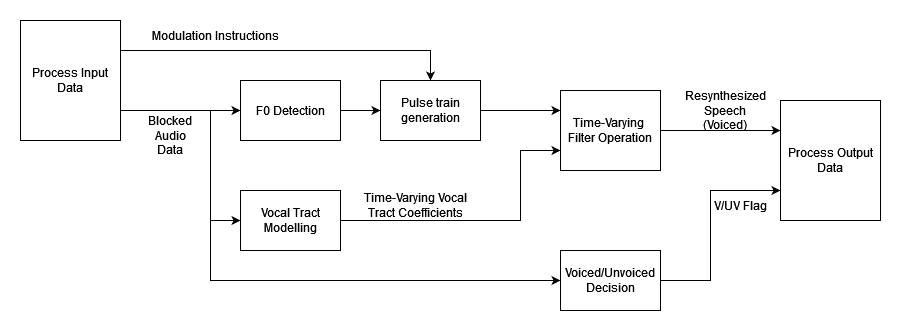
smissner/VoicePitchModulation keeps this draw.io diagram as BlockDiagram.png. Above is the earlier version. Source tidied: cells renumbered, new cells last; positions are measured from the earlier drawing's top-left corner, leaving out a move shared by most shapes. Its diagram source:
```xml
<mxGraphModel>
  <root>
    <mxCell id="0" />
    <mxCell id="1" parent="0" />
    <mxCell id="2" style="edgeStyle=orthogonalEdgeStyle;rounded=0;jettySize=auto;html=1;exitX=1;exitY=0.75;exitDx=0;exitDy=0;" parent="1" edge="1" source="3" target="5">
      <mxGeometry relative="1" as="geometry" />
    </mxCell>
    <mxCell id="3" value="Process Input Data" style="rounded=0;whiteSpace=wrap;html=1;" parent="1" vertex="1">
      <mxGeometry width="100" height="120" as="geometry" />
    </mxCell>
    <mxCell id="4" style="edgeStyle=orthogonalEdgeStyle;rounded=0;jettySize=auto;html=1;" parent="1" edge="1" source="5" target="8">
      <mxGeometry relative="1" as="geometry" />
    </mxCell>
    <mxCell id="5" value="&lt;div&gt;F0 Detection&lt;/div&gt;" style="rounded=0;whiteSpace=wrap;html=1;" parent="1" vertex="1">
      <mxGeometry x="220" y="60" width="100" height="60" as="geometry" />
    </mxCell>
    <mxCell id="6" value="Voiced/Unvoiced Decision" style="rounded=0;whiteSpace=wrap;html=1;" parent="1" vertex="1">
      <mxGeometry x="540" y="230" width="100" height="60" as="geometry" />
    </mxCell>
    <mxCell id="7" style="endArrow=classic;html=1;rounded=0;exitX=1;exitY=0.75;exitDx=0;exitDy=0;entryX=0;entryY=0.5;entryDx=0;entryDy=0;" parent="1" edge="1" source="3" target="6">
      <mxGeometry relative="1" as="geometry">
        <Array as="points">
          <mxPoint x="190" y="90" />
          <mxPoint x="190" y="260" />
        </Array>
      </mxGeometry>
    </mxCell>
    <mxCell id="8" value="Pulse train generation" style="rounded=0;whiteSpace=wrap;html=1;" parent="1" vertex="1">
      <mxGeometry x="360" y="60" width="100" height="60" as="geometry" />
    </mxCell>
    <mxCell id="9" value="Vocal Tract Modelling" style="rounded=0;whiteSpace=wrap;html=1;" parent="1" vertex="1">
      <mxGeometry x="220" y="170" width="100" height="60" as="geometry" />
    </mxCell>
    <mxCell id="10" value="&lt;div&gt;Time-Varying&amp;nbsp;&lt;/div&gt;&lt;div&gt;Filter Operation&lt;/div&gt;" style="rounded=0;whiteSpace=wrap;html=1;" parent="1" vertex="1">
      <mxGeometry x="540" y="70" width="100" height="80" as="geometry" />
    </mxCell>
    <mxCell id="11" value="Blocked Audio Data" style="text;html=1;align=center;verticalAlign=middle;whiteSpace=wrap;rounded=0;" parent="1" vertex="1">
      <mxGeometry x="120" y="100" width="60" height="30" as="geometry" />
    </mxCell>
    <mxCell id="12" style="endArrow=classic;html=1;rounded=0;exitX=1;exitY=0.5;exitDx=0;exitDy=0;entryX=0;entryY=0.25;entryDx=0;entryDy=0;" parent="1" edge="1" source="8" target="10">
      <mxGeometry relative="1" as="geometry">
        <Array as="points">
          <mxPoint x="500" y="90" />
        </Array>
      </mxGeometry>
    </mxCell>
    <mxCell id="13" style="endArrow=classic;html=1;rounded=0;exitX=1;exitY=0.5;exitDx=0;exitDy=0;entryX=0;entryY=0.75;entryDx=0;entryDy=0;" parent="1" edge="1" source="9" target="10">
      <mxGeometry relative="1" as="geometry">
        <Array as="points">
          <mxPoint x="500" y="200" />
          <mxPoint x="500" y="130" />
        </Array>
      </mxGeometry>
    </mxCell>
    <mxCell id="14" style="endArrow=classic;html=1;rounded=0;exitX=1;exitY=0.25;exitDx=0;exitDy=0;entryX=0.5;entryY=0;entryDx=0;entryDy=0;" parent="1" edge="1" source="3" target="8">
      <mxGeometry relative="1" as="geometry">
        <Array as="points">
          <mxPoint x="410" y="30" />
        </Array>
      </mxGeometry>
    </mxCell>
    <mxCell id="15" value="Modulation Instructions" style="text;html=1;align=center;verticalAlign=middle;whiteSpace=wrap;rounded=0;" parent="1" vertex="1">
      <mxGeometry x="130" width="130" height="30" as="geometry" />
    </mxCell>
    <mxCell id="16" style="endArrow=classic;html=1;rounded=0;exitX=1;exitY=0.75;exitDx=0;exitDy=0;entryX=0;entryY=0.5;entryDx=0;entryDy=0;" parent="1" edge="1" source="3" target="9">
      <mxGeometry relative="1" as="geometry">
        <Array as="points">
          <mxPoint x="190" y="90" />
          <mxPoint x="190" y="200" />
        </Array>
      </mxGeometry>
    </mxCell>
    <mxCell id="17" value="Process Output Data" style="rounded=0;whiteSpace=wrap;html=1;" parent="1" vertex="1">
      <mxGeometry x="760" y="80" width="100" height="120" as="geometry" />
    </mxCell>
    <mxCell id="18" style="endArrow=classic;html=1;rounded=0;exitX=1;exitY=0.5;exitDx=0;exitDy=0;entryX=0;entryY=0.75;entryDx=0;entryDy=0;" parent="1" edge="1" source="6" target="17">
      <mxGeometry relative="1" as="geometry">
        <Array as="points">
          <mxPoint x="690" y="260" />
          <mxPoint x="690" y="170" />
        </Array>
      </mxGeometry>
    </mxCell>
    <mxCell id="19" style="endArrow=classic;html=1;rounded=0;entryX=0;entryY=0.25;entryDx=0;entryDy=0;exitX=1;exitY=0.5;exitDx=0;exitDy=0;" parent="1" edge="1" source="10" target="17">
      <mxGeometry relative="1" as="geometry">
        <Array as="points">
          <mxPoint x="680" y="110" />
        </Array>
      </mxGeometry>
    </mxCell>
    <mxCell id="20" value="&lt;div&gt;Resynthesized&lt;/div&gt;&lt;div&gt;Speech (Voiced)&lt;br&gt;&lt;/div&gt;" style="text;html=1;align=center;verticalAlign=middle;whiteSpace=wrap;rounded=0;" parent="1" vertex="1">
      <mxGeometry x="660" y="70" width="90" height="40" as="geometry" />
    </mxCell>
    <mxCell id="21" value="V/UV Flag" style="text;html=1;align=center;verticalAlign=middle;whiteSpace=wrap;rounded=0;" parent="1" vertex="1">
      <mxGeometry x="690" y="170" width="60" height="30" as="geometry" />
    </mxCell>
    <mxCell id="22" value="Time-Varying Vocal Tract Coefficients" style="text;html=1;align=center;verticalAlign=middle;whiteSpace=wrap;rounded=0;" parent="1" vertex="1">
      <mxGeometry x="340" y="170" width="110" height="30" as="geometry" />
    </mxCell>
  </root>
</mxGraphModel>
```
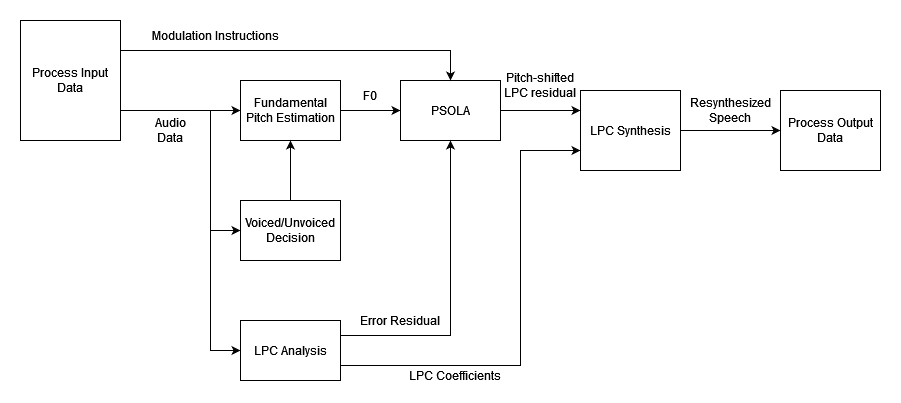
Above is the later version.

Commit message:
Updating block diagram

Change to the diagram source:
```diff
@@ -11,31 +11,31 @@
     <mxCell id="4" style="edgeStyle=orthogonalEdgeStyle;rounded=0;jettySize=auto;html=1;" parent="1" edge="1" source="5" target="8">
       <mxGeometry relative="1" as="geometry" />
     </mxCell>
-    <mxCell id="5" value="&lt;div&gt;F0 Detection&lt;/div&gt;" style="rounded=0;whiteSpace=wrap;html=1;" parent="1" vertex="1">
+    <mxCell id="5" value="Fundamental Pitch Estimation" style="rounded=0;whiteSpace=wrap;html=1;" parent="1" vertex="1">
       <mxGeometry x="220" y="60" width="100" height="60" as="geometry" />
     </mxCell>
     <mxCell id="6" value="Voiced/Unvoiced Decision" style="rounded=0;whiteSpace=wrap;html=1;" parent="1" vertex="1">
-      <mxGeometry x="540" y="230" width="100" height="60" as="geometry" />
+      <mxGeometry x="220" y="180" width="100" height="60" as="geometry" />
     </mxCell>
     <mxCell id="7" style="endArrow=classic;html=1;rounded=0;exitX=1;exitY=0.75;exitDx=0;exitDy=0;entryX=0;entryY=0.5;entryDx=0;entryDy=0;" parent="1" edge="1" source="3" target="6">
       <mxGeometry relative="1" as="geometry">
         <Array as="points">
           <mxPoint x="190" y="90" />
-          <mxPoint x="190" y="260" />
+          <mxPoint x="190" y="210" />
         </Array>
       </mxGeometry>
     </mxCell>
-    <mxCell id="8" value="Pulse train generation" style="rounded=0;whiteSpace=wrap;html=1;" parent="1" vertex="1">
-      <mxGeometry x="360" y="60" width="100" height="60" as="geometry" />
+    <mxCell id="8" value="PSOLA" style="rounded=0;whiteSpace=wrap;html=1;" parent="1" vertex="1">
+      <mxGeometry x="380" y="60" width="100" height="60" as="geometry" />
     </mxCell>
-    <mxCell id="9" value="Vocal Tract Modelling" style="rounded=0;whiteSpace=wrap;html=1;" parent="1" vertex="1">
-      <mxGeometry x="220" y="170" width="100" height="60" as="geometry" />
+    <mxCell id="9" value="LPC Analysis" style="rounded=0;whiteSpace=wrap;html=1;" parent="1" vertex="1">
+      <mxGeometry x="220" y="300" width="100" height="60" as="geometry" />
     </mxCell>
-    <mxCell id="10" value="&lt;div&gt;Time-Varying&amp;nbsp;&lt;/div&gt;&lt;div&gt;Filter Operation&lt;/div&gt;" style="rounded=0;whiteSpace=wrap;html=1;" parent="1" vertex="1">
-      <mxGeometry x="540" y="70" width="100" height="80" as="geometry" />
+    <mxCell id="10" value="LPC Synthesis" style="rounded=0;whiteSpace=wrap;html=1;" parent="1" vertex="1">
+      <mxGeometry x="560" y="70" width="100" height="80" as="geometry" />
     </mxCell>
-    <mxCell id="11" value="Blocked Audio Data" style="text;html=1;align=center;verticalAlign=middle;whiteSpace=wrap;rounded=0;" parent="1" vertex="1">
-      <mxGeometry x="120" y="100" width="60" height="30" as="geometry" />
+    <mxCell id="11" value="Audio Data" style="text;html=1;align=center;verticalAlign=middle;whiteSpace=wrap;rounded=0;" parent="1" vertex="1">
+      <mxGeometry x="120" y="95" width="60" height="30" as="geometry" />
     </mxCell>
     <mxCell id="12" style="endArrow=classic;html=1;rounded=0;exitX=1;exitY=0.5;exitDx=0;exitDy=0;entryX=0;entryY=0.25;entryDx=0;entryDy=0;" parent="1" edge="1" source="8" target="10">
       <mxGeometry relative="1" as="geometry">
@@ -44,10 +44,11 @@
         </Array>
       </mxGeometry>
     </mxCell>
-    <mxCell id="13" style="endArrow=classic;html=1;rounded=0;exitX=1;exitY=0.5;exitDx=0;exitDy=0;entryX=0;entryY=0.75;entryDx=0;entryDy=0;" parent="1" edge="1" source="9" target="10">
+    <mxCell id="13" style="endArrow=classic;html=1;rounded=0;exitX=1;exitY=0.75;exitDx=0;exitDy=0;entryX=0;entryY=0.75;entryDx=0;entryDy=0;" parent="1" edge="1" source="9" target="10">
       <mxGeometry relative="1" as="geometry">
         <Array as="points">
-          <mxPoint x="500" y="200" />
+          <mxPoint x="500" y="345" />
+          <mxPoint x="500" y="215" />
           <mxPoint x="500" y="130" />
         </Array>
       </mxGeometry>
@@ -55,7 +56,7 @@
     <mxCell id="14" style="endArrow=classic;html=1;rounded=0;exitX=1;exitY=0.25;exitDx=0;exitDy=0;entryX=0.5;entryY=0;entryDx=0;entryDy=0;" parent="1" edge="1" source="3" target="8">
       <mxGeometry relative="1" as="geometry">
         <Array as="points">
-          <mxPoint x="410" y="30" />
+          <mxPoint x="430" y="30" />
         </Array>
       </mxGeometry>
     </mxCell>
@@ -66,36 +67,45 @@
       <mxGeometry relative="1" as="geometry">
         <Array as="points">
           <mxPoint x="190" y="90" />
-          <mxPoint x="190" y="200" />
+          <mxPoint x="190" y="330" />
         </Array>
       </mxGeometry>
     </mxCell>
     <mxCell id="17" value="Process Output Data" style="rounded=0;whiteSpace=wrap;html=1;" parent="1" vertex="1">
-      <mxGeometry x="760" y="80" width="100" height="120" as="geometry" />
+      <mxGeometry x="760" y="70" width="100" height="80" as="geometry" />
     </mxCell>
-    <mxCell id="18" style="endArrow=classic;html=1;rounded=0;exitX=1;exitY=0.5;exitDx=0;exitDy=0;entryX=0;entryY=0.75;entryDx=0;entryDy=0;" parent="1" edge="1" source="6" target="17">
-      <mxGeometry relative="1" as="geometry">
-        <Array as="points">
-          <mxPoint x="690" y="260" />
-          <mxPoint x="690" y="170" />
-        </Array>
-      </mxGeometry>
-    </mxCell>
-    <mxCell id="19" style="endArrow=classic;html=1;rounded=0;entryX=0;entryY=0.25;entryDx=0;entryDy=0;exitX=1;exitY=0.5;exitDx=0;exitDy=0;" parent="1" edge="1" source="10" target="17">
+    <mxCell id="19" style="endArrow=classic;html=1;rounded=0;entryX=0;entryY=0.5;entryDx=0;entryDy=0;exitX=1;exitY=0.5;exitDx=0;exitDy=0;" parent="1" edge="1" source="10" target="17">
       <mxGeometry relative="1" as="geometry">
         <Array as="points">
           <mxPoint x="680" y="110" />
         </Array>
       </mxGeometry>
     </mxCell>
-    <mxCell id="20" value="&lt;div&gt;Resynthesized&lt;/div&gt;&lt;div&gt;Speech (Voiced)&lt;br&gt;&lt;/div&gt;" style="text;html=1;align=center;verticalAlign=middle;whiteSpace=wrap;rounded=0;" parent="1" vertex="1">
-      <mxGeometry x="660" y="70" width="90" height="40" as="geometry" />
+    <mxCell id="20" value="&lt;div&gt;Resynthesized&lt;/div&gt;&lt;div&gt;Speech&lt;br&gt;&lt;/div&gt;" style="text;html=1;align=center;verticalAlign=middle;whiteSpace=wrap;rounded=0;" parent="1" vertex="1">
+      <mxGeometry x="660" y="70" width="100" height="40" as="geometry" />
     </mxCell>
-    <mxCell id="21" value="V/UV Flag" style="text;html=1;align=center;verticalAlign=middle;whiteSpace=wrap;rounded=0;" parent="1" vertex="1">
-      <mxGeometry x="690" y="170" width="60" height="30" as="geometry" />
-    </mxCell>
-    <mxCell id="22" value="Time-Varying Vocal Tract Coefficients" style="text;html=1;align=center;verticalAlign=middle;whiteSpace=wrap;rounded=0;" parent="1" vertex="1">
-      <mxGeometry x="340" y="170" width="110" height="30" as="geometry" />
+    <mxCell id="22" value="LPC Coefficients" style="text;html=1;align=center;verticalAlign=middle;whiteSpace=wrap;rounded=0;" parent="1" vertex="1">
+      <mxGeometry x="380" y="350" width="110" height="10" as="geometry" />
     </mxCell>
+    <mxCell id="23" style="endArrow=classic;html=1;rounded=0;exitX=1;exitY=0.25;exitDx=0;exitDy=0;entryX=0.5;entryY=1;entryDx=0;entryDy=0;" parent="1" edge="1" source="9" target="8">
+      <mxGeometry relative="1" as="geometry">
+        <Array as="points">
+          <mxPoint x="430" y="315" />
+          <mxPoint x="430" y="185" />
+        </Array>
+      </mxGeometry>
+    </mxCell>
+    <mxCell id="24" value="Error Residual" style="text;html=1;align=center;verticalAlign=middle;whiteSpace=wrap;rounded=0;" parent="1" vertex="1">
+      <mxGeometry x="330" y="290" width="100" height="20" as="geometry" />
+    </mxCell>
+    <mxCell id="25" value="F0" style="text;html=1;align=center;verticalAlign=middle;whiteSpace=wrap;rounded=0;" parent="1" vertex="1">
+      <mxGeometry x="340" y="60" width="20" height="30" as="geometry" />
+    </mxCell>
+    <mxCell id="26" style="endArrow=classic;html=1;rounded=0;exitX=0.5;exitY=0;exitDx=0;exitDy=0;entryX=0.5;entryY=1;entryDx=0;entryDy=0;" parent="1" edge="1" source="6" target="5">
+      <mxGeometry relative="1" as="geometry" />
+    </mxCell>
+    <mxCell id="27" value="Pitch-shifted LPC residual" style="text;html=1;align=center;verticalAlign=middle;whiteSpace=wrap;rounded=0;" parent="1" vertex="1">
+      <mxGeometry x="480" y="40" width="80" height="50" as="geometry" />
+    </mxCell>
   </root>
 </mxGraphModel>
```
